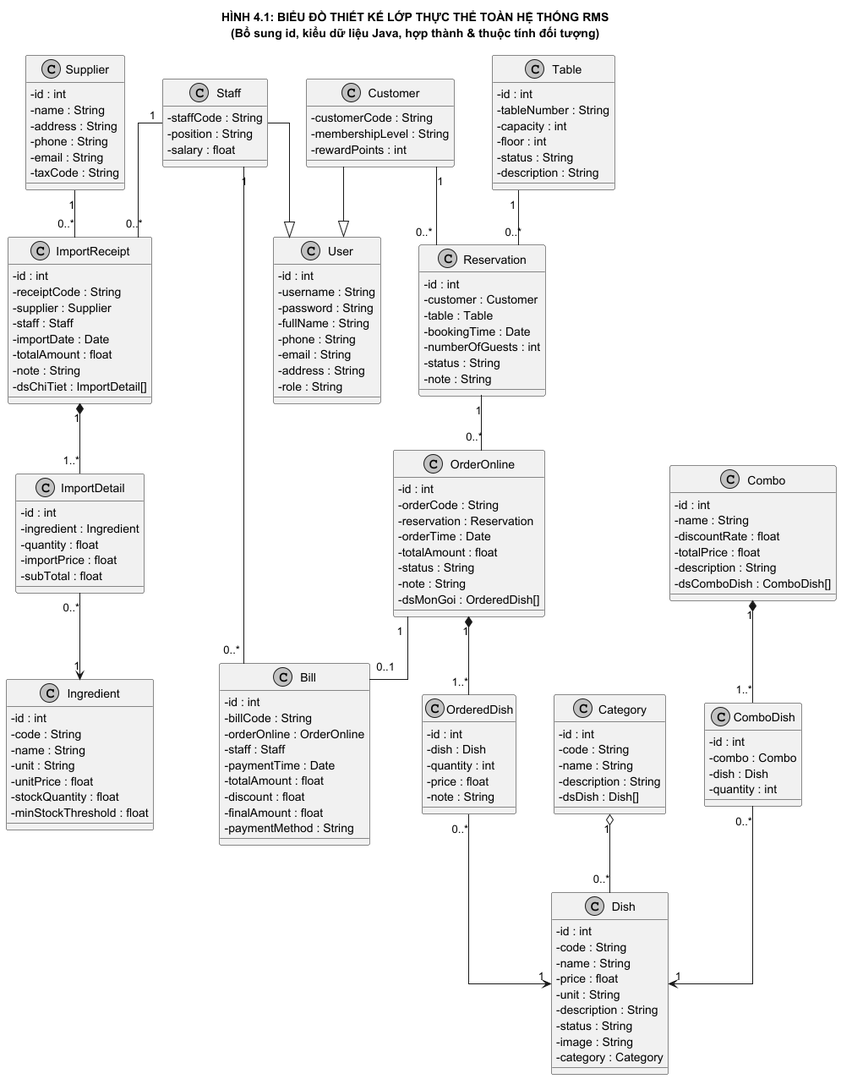
Earlier version of the PlantUML export docs/diagrams/Design_01_EntityClassDiagram.png (NEWBIE1005/RMS_RestaurantManagementSystem).
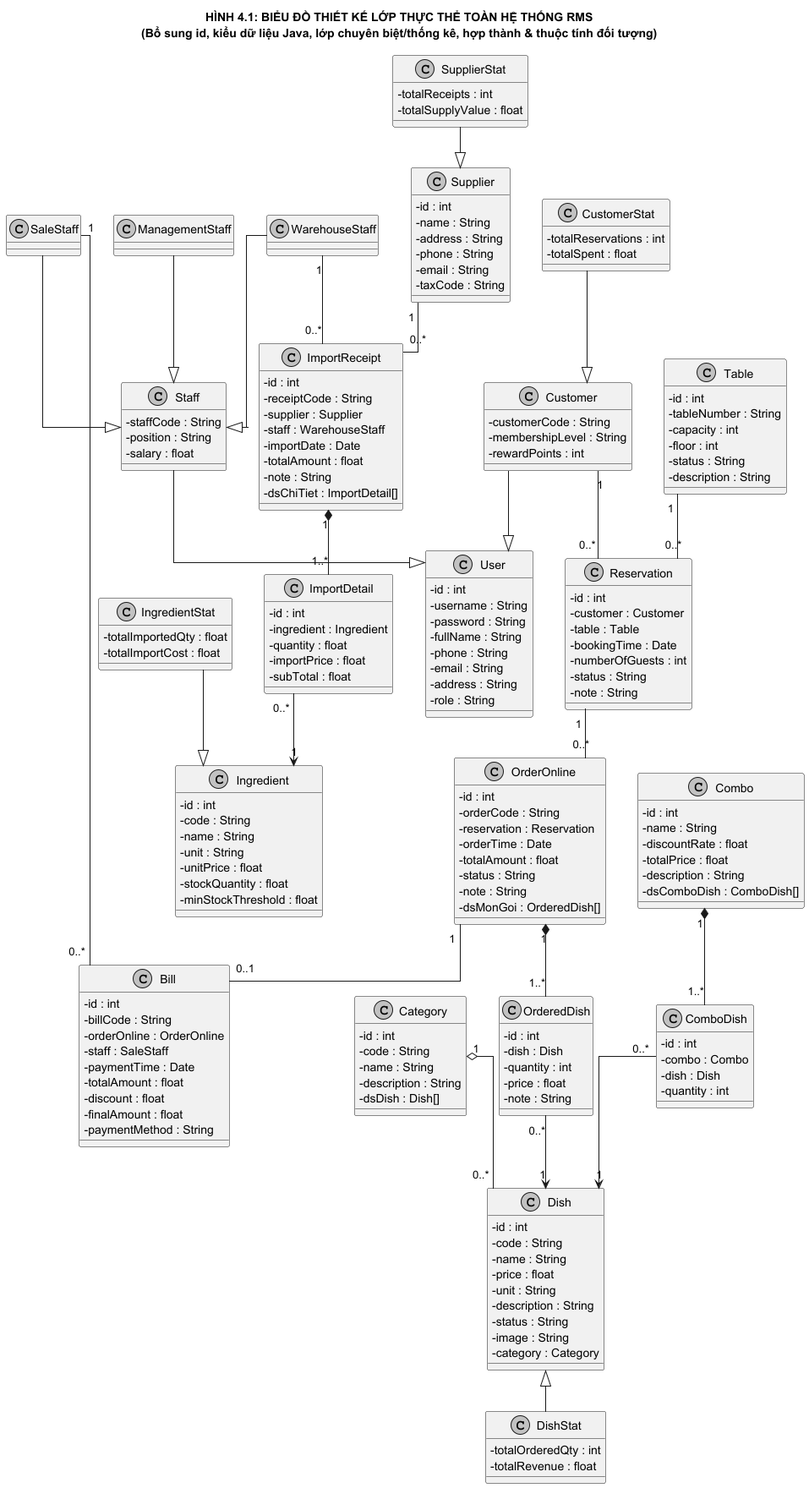
Later version of the same file.

Diff of the diagram source:
```diff
@@ -3,10 +3,10 @@
 skinparam monochrome true
 skinparam shadowing false
 skinparam linetype ortho
-skinparam nodesep 45
-skinparam ranksep 55
+skinparam nodesep 38
+skinparam ranksep 48
 
-title HÌNH 4.1: BIỂU ĐỒ THIẾT KẾ LỚP THỰC THỂ TOÀN HỆ THỐNG RMS\n(Bổ sung id, kiểu dữ liệu Java, hợp thành & thuộc tính đối tượng)
+title HÌNH 4.1: BIỂU ĐỒ THIẾT KẾ LỚP THỰC THỂ TOÀN HỆ THỐNG RMS\n(Bổ sung id, kiểu dữ liệu Java, lớp chuyên biệt/thống kê, hợp thành & thuộc tính đối tượng)
 
 class User {
     - id : int
@@ -25,10 +25,24 @@
     - salary : float
 }
 
+class ManagementStaff {
+}
+
+class WarehouseStaff {
+}
+
+class SaleStaff {
+}
+
 class Customer {
     - customerCode : String
     - membershipLevel : String
     - rewardPoints : int
+}
+
+class CustomerStat {
+    - totalReservations : int
+    - totalSpent : float
 }
 
 class Category {
@@ -49,6 +63,11 @@
     - status : String
     - image : String
     - category : Category
+}
+
+class DishStat {
+    - totalOrderedQty : int
+    - totalRevenue : float
 }
 
 class Combo {
@@ -109,7 +128,7 @@
     - id : int
     - billCode : String
     - orderOnline : OrderOnline
-    - staff : Staff
+    - staff : SaleStaff
     - paymentTime : Date
     - totalAmount : float
     - discount : float
@@ -127,6 +146,11 @@
     - minStockThreshold : float
 }
 
+class IngredientStat {
+    - totalImportedQty : float
+    - totalImportCost : float
+}
+
 class Supplier {
     - id : int
     - name : String
@@ -136,11 +160,16 @@
     - taxCode : String
 }
 
+class SupplierStat {
+    - totalReceipts : int
+    - totalSupplyValue : float
+}
+
 class ImportReceipt {
     - id : int
     - receiptCode : String
     - supplier : Supplier
-    - staff : Staff
+    - staff : WarehouseStaff
     - importDate : Date
     - totalAmount : float
     - note : String
@@ -157,6 +186,14 @@
 
 Staff --|> User
 Customer --|> User
+ManagementStaff --|> Staff
+WarehouseStaff --|> Staff
+SaleStaff --|> Staff
+
+CustomerStat --|> Customer
+Dish <|-- DishStat
+IngredientStat --|> Ingredient
+SupplierStat --|> Supplier
 
 Category "1" o-- "0..*" Dish
 Combo "1" *-- "1..*" ComboDish
@@ -170,10 +207,10 @@
 OrderedDish "0..*" --> "1" Dish
 
 OrderOnline "1" -- "0..1" Bill
-Staff "1" -- "0..*" Bill
+SaleStaff "1" -- "0..*" Bill
 
 Supplier "1" -- "0..*" ImportReceipt
-Staff "1" -- "0..*" ImportReceipt
+WarehouseStaff "1" -- "0..*" ImportReceipt
 ImportReceipt "1" *-- "1..*" ImportDetail
 ImportDetail "0..*" --> "1" Ingredient
 
```
